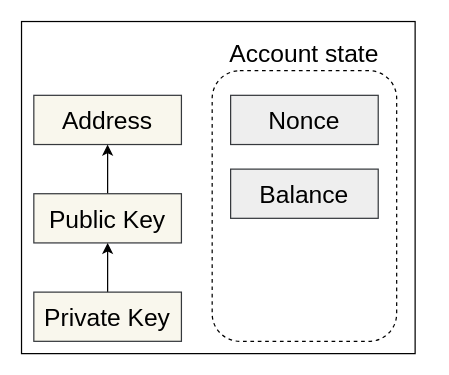
phamhongphuc1999/account-abstraction-app keeps this draw.io diagram as page "eoa" (3 of 23) of documents/master.drawio. Above is the earlier version. Source tidied: cells renumbered, new cells numbered last; positions are measured from the earlier drawing's top-left corner, leaving out a move shared by most shapes. Both pictures are drawn from the tidied source at 123%, with x=0, y=0 at pixel (21, 21).
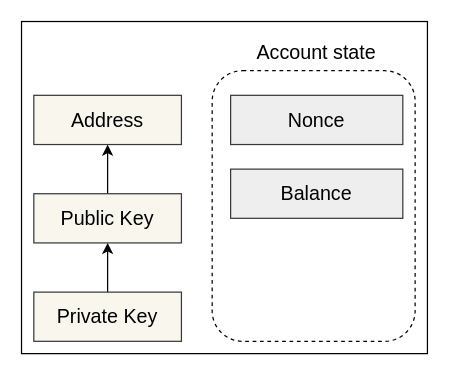
The same diagram, later.

Change to the diagram source:
```diff
@@
 <mxGraphModel>
   <root>
     <mxCell id="0" />
     <mxCell id="1" parent="0" />
-    <mxCell id="2" style="rounded=0;whiteSpace=wrap;html=1;fontSize=20;" parent="1" vertex="1">
-      <mxGeometry width="320" height="270" as="geometry" />
+    <mxCell id="2" style="rounded=0;whiteSpace=wrap;html=1;fontSize=16;" parent="1" vertex="1">
+      <mxGeometry width="330" height="270" as="geometry" />
     </mxCell>
-    <mxCell id="3" value="Address" style="rounded=0;whiteSpace=wrap;html=1;fillColor=#f9f7ed;strokeColor=#36393d;fontSize=20;" parent="1" vertex="1">
+    <mxCell id="3" value="Address" style="rounded=0;whiteSpace=wrap;html=1;fillColor=#f9f7ed;strokeColor=#36393d;fontSize=16;" parent="1" vertex="1">
       <mxGeometry x="10" y="60" width="120" height="40" as="geometry" />
     </mxCell>
-    <mxCell id="4" style="edgeStyle=orthogonalEdgeStyle;rounded=0;jettySize=auto;html=1;fontSize=20;" parent="1" edge="1" source="5" target="3">
+    <mxCell id="4" style="edgeStyle=orthogonalEdgeStyle;rounded=0;jettySize=auto;html=1;fontSize=16;" parent="1" edge="1" source="5" target="3">
       <mxGeometry relative="1" as="geometry" />
     </mxCell>
-    <mxCell id="5" value="Public Key" style="rounded=0;whiteSpace=wrap;html=1;fillColor=#f9f7ed;strokeColor=#36393d;fontSize=20;" parent="1" vertex="1">
+    <mxCell id="5" value="Public Key" style="rounded=0;whiteSpace=wrap;html=1;fillColor=#f9f7ed;strokeColor=#36393d;fontSize=16;" parent="1" vertex="1">
       <mxGeometry x="10" y="140" width="120" height="40" as="geometry" />
     </mxCell>
-    <mxCell id="6" style="edgeStyle=orthogonalEdgeStyle;rounded=0;jettySize=auto;html=1;fontSize=20;" parent="1" edge="1" source="7" target="5">
+    <mxCell id="6" style="edgeStyle=orthogonalEdgeStyle;rounded=0;jettySize=auto;html=1;fontSize=16;" parent="1" edge="1" source="7" target="5">
       <mxGeometry relative="1" as="geometry" />
     </mxCell>
-    <mxCell id="7" value="Private Key" style="rounded=0;whiteSpace=wrap;html=1;fillColor=#f9f7ed;strokeColor=#36393d;fontSize=20;" parent="1" vertex="1">
+    <mxCell id="7" value="Private Key" style="rounded=0;whiteSpace=wrap;html=1;fillColor=#f9f7ed;strokeColor=#36393d;fontSize=16;" parent="1" vertex="1">
       <mxGeometry x="10" y="220" width="120" height="40" as="geometry" />
     </mxCell>
-    <mxCell id="8" style="rounded=1;whiteSpace=wrap;html=1;dashed=1;fontSize=20;" parent="1" vertex="1">
-      <mxGeometry x="155" y="40" width="150" height="220" as="geometry" />
+    <mxCell id="8" style="rounded=1;whiteSpace=wrap;html=1;dashed=1;fontSize=16;" parent="1" vertex="1">
+      <mxGeometry x="155" y="40" width="165" height="220" as="geometry" />
     </mxCell>
-    <mxCell id="9" value="Balance" style="rounded=0;whiteSpace=wrap;html=1;fillColor=#eeeeee;strokeColor=#36393d;fontSize=20;" parent="1" vertex="1">
-      <mxGeometry x="170" y="120" width="120" height="40" as="geometry" />
+    <mxCell id="9" value="Balance" style="rounded=0;whiteSpace=wrap;html=1;fillColor=#eeeeee;strokeColor=#36393d;fontSize=16;" parent="1" vertex="1">
+      <mxGeometry x="170" y="120" width="140" height="40" as="geometry" />
     </mxCell>
-    <mxCell id="10" value="Nonce" style="rounded=0;whiteSpace=wrap;html=1;fillColor=#eeeeee;strokeColor=#36393d;fontSize=20;" parent="1" vertex="1">
-      <mxGeometry x="170" y="60" width="120" height="40" as="geometry" />
+    <mxCell id="10" value="Nonce" style="rounded=0;whiteSpace=wrap;html=1;fillColor=#eeeeee;strokeColor=#36393d;fontSize=16;" parent="1" vertex="1">
+      <mxGeometry x="170" y="60" width="140" height="40" as="geometry" />
     </mxCell>
-    <mxCell id="11" value="Account state" style="text;html=1;align=center;verticalAlign=middle;whiteSpace=wrap;rounded=0;fontSize=20;" parent="1" vertex="1">
-      <mxGeometry x="165" y="10" width="130" height="30" as="geometry" />
+    <mxCell id="11" value="Account state" style="text;html=1;align=center;verticalAlign=middle;whiteSpace=wrap;rounded=0;fontSize=16;" parent="1" vertex="1">
+      <mxGeometry x="175" y="10" width="130" height="30" as="geometry" />
     </mxCell>
   </root>
 </mxGraphModel>
```
